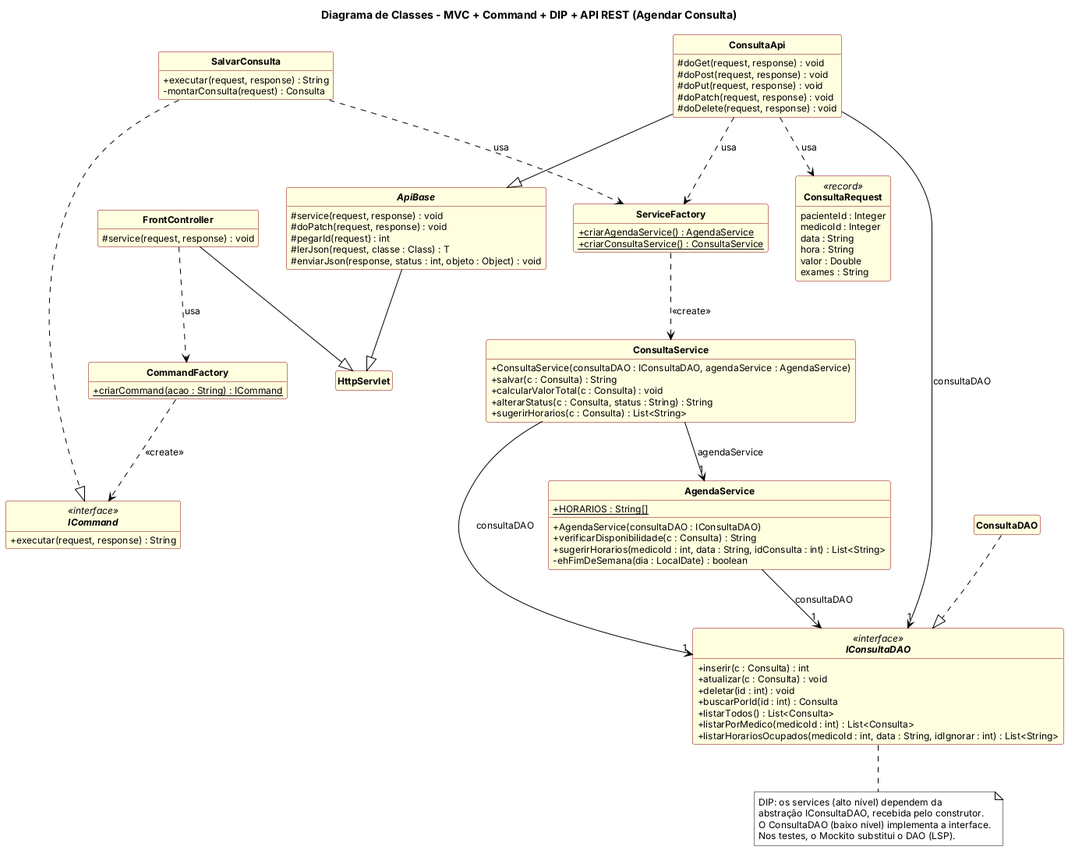
Before: docs/diagramas/png/DC03_MVC_Command_DIP_API.png, a diagram exported from PlantUML (giovanemateus/clinica-v2). Source of this version:
```plantuml
@startuml DC03_MVC_Command_DIP_API
!include estilo.iuml
title Diagrama de Classes - MVC + Command + DIP + API REST (Agendar Consulta)

class HttpServlet

class FrontController {
  # service(request, response) : void
}

class CommandFactory {
  + {static} criarCommand(acao : String) : ICommand
}

interface ICommand <<interface>> {
  + executar(request, response) : String
}

class SalvarConsulta {
  + executar(request, response) : String
  - montarConsulta(request) : Consulta
}

abstract class ApiBase {
  # service(request, response) : void
  # doPatch(request, response) : void
  # pegarId(request) : int
  # lerJson(request, classe : Class) : T
  # enviarJson(response, status : int, objeto : Object) : void
}

class ConsultaApi {
  # doGet(request, response) : void
  # doPost(request, response) : void
  # doPut(request, response) : void
  # doPatch(request, response) : void
  # doDelete(request, response) : void
}

class ConsultaRequest <<record>> {
  pacienteId : Integer
  medicoId : Integer
  data : String
  hora : String
  valor : Double
  exames : String
}

class ServiceFactory {
  + {static} criarAgendaService() : AgendaService
  + {static} criarConsultaService() : ConsultaService
}

class ConsultaService {
  + ConsultaService(consultaDAO : IConsultaDAO, agendaService : AgendaService)
  + salvar(c : Consulta) : String
  + calcularValorTotal(c : Consulta) : void
  + alterarStatus(c : Consulta, status : String) : String
  + sugerirHorarios(c : Consulta) : List<String>
}

class AgendaService {
  + {static} HORARIOS : String[]
  + AgendaService(consultaDAO : IConsultaDAO)
  + verificarDisponibilidade(c : Consulta) : String
  + sugerirHorarios(medicoId : int, data : String, idConsulta : int) : List<String>
  - ehFimDeSemana(dia : LocalDate) : boolean
}

interface IConsultaDAO <<interface>> {
  + inserir(c : Consulta) : int
  + atualizar(c : Consulta) : void
  + deletar(id : int) : void
  + buscarPorId(id : int) : Consulta
  + listarTodos() : List<Consulta>
  + listarPorMedico(medicoId : int) : List<Consulta>
  + listarHorariosOcupados(medicoId : int, data : String, idIgnorar : int) : List<String>
}

class ConsultaDAO

FrontController --|> HttpServlet
ApiBase --|> HttpServlet
ConsultaApi --|> ApiBase
FrontController ..> CommandFactory : usa
CommandFactory ..> ICommand : <<create>>
SalvarConsulta ..|> ICommand
SalvarConsulta ..> ServiceFactory : usa
ConsultaApi ..> ServiceFactory : usa
ConsultaApi ..> ConsultaRequest : usa
ConsultaApi --> "1" IConsultaDAO : consultaDAO
ServiceFactory ..> ConsultaService : <<create>>
ConsultaService --> "1" IConsultaDAO : consultaDAO
ConsultaService --> "1" AgendaService : agendaService
AgendaService --> "1" IConsultaDAO : consultaDAO
ConsultaDAO ..|> IConsultaDAO

note bottom of IConsultaDAO
  DIP: os services (alto nível) dependem da
  abstração IConsultaDAO, recebida pelo construtor.
  O ConsultaDAO (baixo nível) implementa a interface.
  Nos testes, o Mockito substitui o DAO (LSP).
end note
@enduml
```
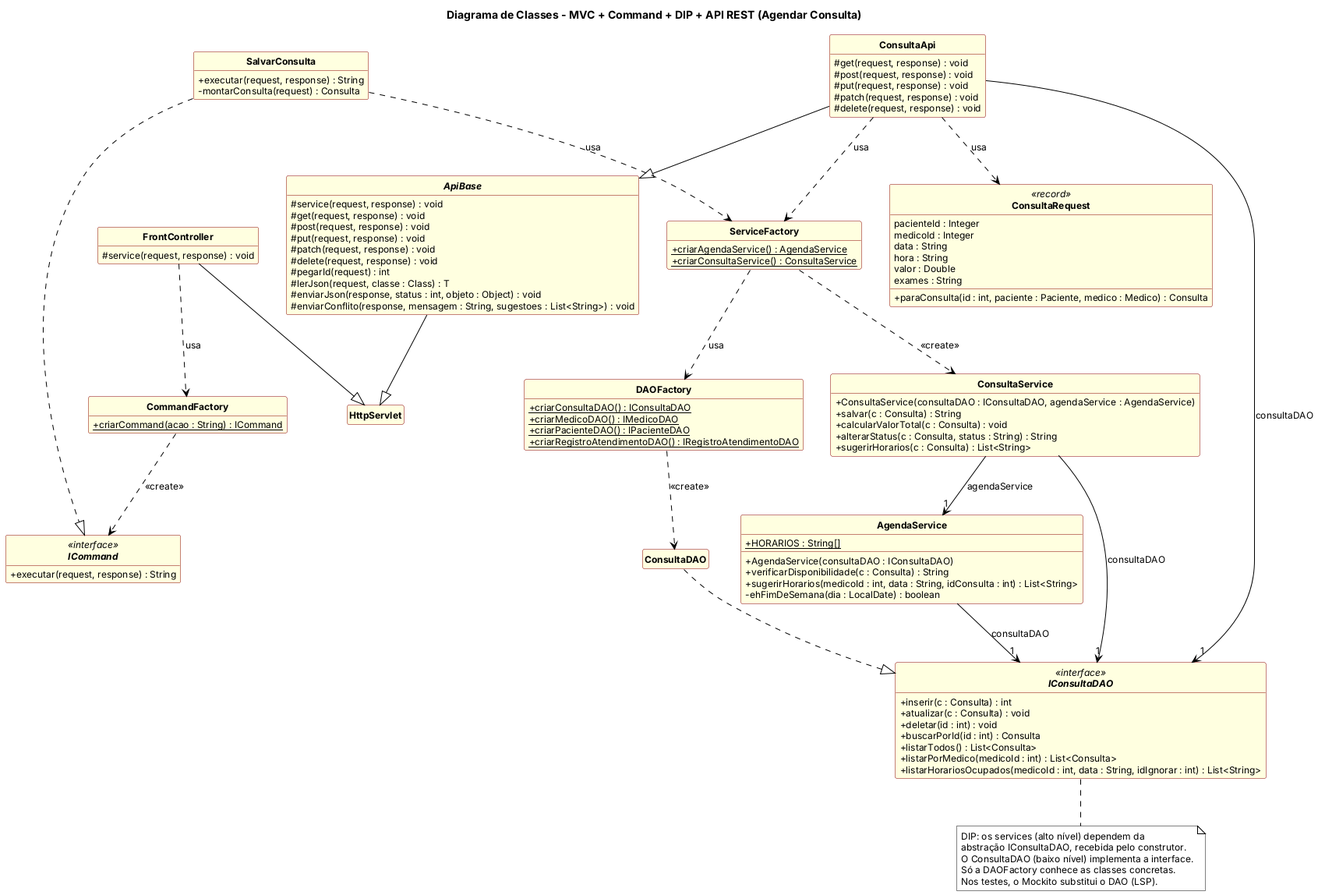
The same diagram one commit later.

The edit, as a diff of the source:
```diff
@@ -23,18 +23,23 @@
 
 abstract class ApiBase {
   # service(request, response) : void
-  # doPatch(request, response) : void
+  # get(request, response) : void
+  # post(request, response) : void
+  # put(request, response) : void
+  # patch(request, response) : void
+  # delete(request, response) : void
   # pegarId(request) : int
   # lerJson(request, classe : Class) : T
   # enviarJson(response, status : int, objeto : Object) : void
+  # enviarConflito(response, mensagem : String, sugestoes : List<String>) : void
 }
 
 class ConsultaApi {
-  # doGet(request, response) : void
-  # doPost(request, response) : void
-  # doPut(request, response) : void
-  # doPatch(request, response) : void
-  # doDelete(request, response) : void
+  # get(request, response) : void
+  # post(request, response) : void
+  # put(request, response) : void
+  # patch(request, response) : void
+  # delete(request, response) : void
 }
 
 class ConsultaRequest <<record>> {
@@ -44,6 +49,7 @@
   hora : String
   valor : Double
   exames : String
+  + paraConsulta(id : int, paciente : Paciente, medico : Medico) : Consulta
 }
 
 class ServiceFactory {
@@ -79,6 +85,13 @@
 
 class ConsultaDAO
 
+class DAOFactory {
+  + {static} criarConsultaDAO() : IConsultaDAO
+  + {static} criarMedicoDAO() : IMedicoDAO
+  + {static} criarPacienteDAO() : IPacienteDAO
+  + {static} criarRegistroAtendimentoDAO() : IRegistroAtendimentoDAO
+}
+
 FrontController --|> HttpServlet
 ApiBase --|> HttpServlet
 ConsultaApi --|> ApiBase
@@ -94,11 +107,14 @@
 ConsultaService --> "1" AgendaService : agendaService
 AgendaService --> "1" IConsultaDAO : consultaDAO
 ConsultaDAO ..|> IConsultaDAO
+ServiceFactory ..> DAOFactory : usa
+DAOFactory ..> ConsultaDAO : <<create>>
 
 note bottom of IConsultaDAO
   DIP: os services (alto nível) dependem da
   abstração IConsultaDAO, recebida pelo construtor.
   O ConsultaDAO (baixo nível) implementa a interface.
+  Só a DAOFactory conhece as classes concretas.
   Nos testes, o Mockito substitui o DAO (LSP).
 end note
 @enduml
```
